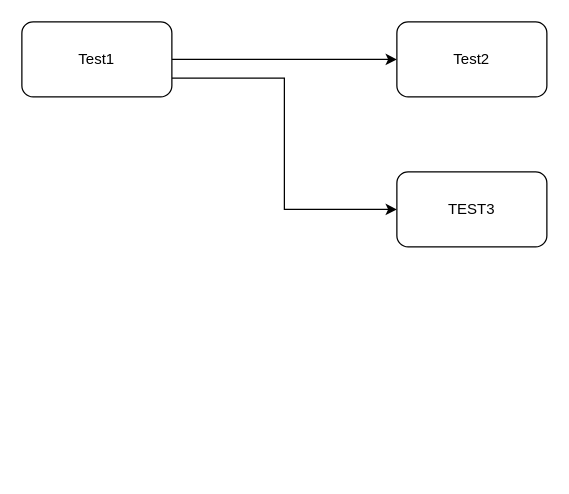
ORE01/Dashboard keeps this draw.io diagram as images/Unbenanntes Diagramm.drawio. Above is the earlier version. Source tidied: cells renumbered, new cells numbered last; positions are measured from the earlier drawing's top-left corner, leaving out a move shared by most shapes. Both pictures are drawn from the tidied source at 125%, with x=0, y=0 at pixel (21, 21).
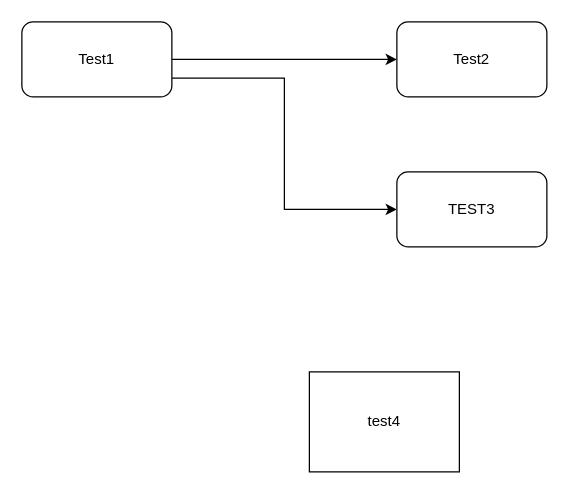
The same diagram, later.

What changed in the source:
```diff
@@
 <mxGraphModel>
   <root>
     <mxCell id="0" />
     <mxCell id="1" parent="0" />
     <mxCell id="2" style="edgeStyle=orthogonalEdgeStyle;rounded=0;jettySize=auto;html=1;exitX=1;exitY=0.5;exitDx=0;exitDy=0;" parent="1" edge="1" source="4" target="5">
       <mxGeometry relative="1" as="geometry" />
     </mxCell>
     <mxCell id="3" style="edgeStyle=orthogonalEdgeStyle;rounded=0;jettySize=auto;html=1;exitX=1;exitY=0.75;exitDx=0;exitDy=0;entryX=0;entryY=0.5;entryDx=0;entryDy=0;" parent="1" edge="1" source="4" target="6">
       <mxGeometry relative="1" as="geometry" />
     </mxCell>
     <mxCell id="4" value="Test1" style="rounded=1;whiteSpace=wrap;html=1;" parent="1" vertex="1">
       <mxGeometry width="120" height="60" as="geometry" />
     </mxCell>
     <mxCell id="5" value="Test2" style="rounded=1;whiteSpace=wrap;html=1;" parent="1" vertex="1">
       <mxGeometry x="300" width="120" height="60" as="geometry" />
     </mxCell>
     <mxCell id="6" value="TEST3" style="rounded=1;whiteSpace=wrap;html=1;" parent="1" vertex="1">
       <mxGeometry x="300" y="120" width="120" height="60" as="geometry" />
     </mxCell>
+    <mxCell id="7" value="test4" style="whiteSpace=wrap;html=1;" parent="1" vertex="1">
+      <mxGeometry x="230" y="280" width="120" height="80" as="geometry" />
+    </mxCell>
   </root>
 </mxGraphModel>
```
